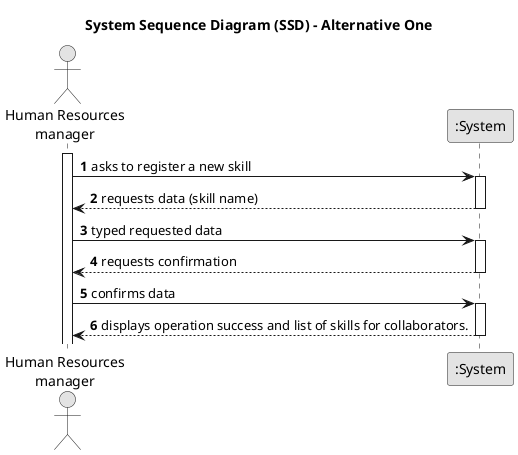
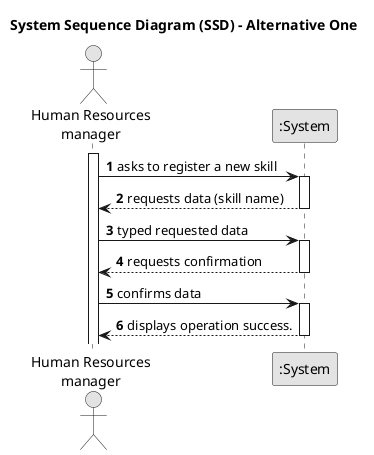
@startuml
skinparam monochrome true
skinparam packageStyle rectangle
skinparam shadowing false

title System Sequence Diagram (SSD) - Alternative One

autonumber

actor "Human Resources\nmanager" as Manager
participant ":System" as System

activate Manager

    Manager -> System : asks to register a new skill
    activate System

        System --> Manager : requests data (skill name)
    deactivate System

   Manager  -> System : typed requested data
    activate System

        System --> Manager  : requests confirmation
    deactivate System

    Manager  -> System : confirms data
    activate System

-         System --> Manager : displays operation success and list of skills for collaborators.
+         System --> Manager : displays operation success.
    deactivate System

@enduml